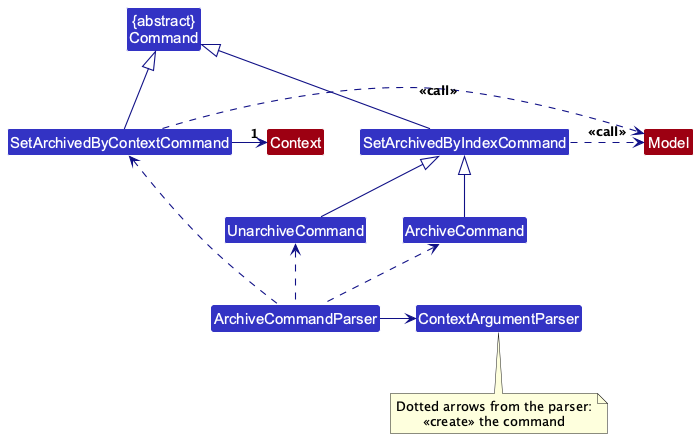
This is docs/images/ArchiveCommandClassDiagram.png from AY2627S1-CS2103T-W10-2/tp, a PlantUML export, as it was before one commit.
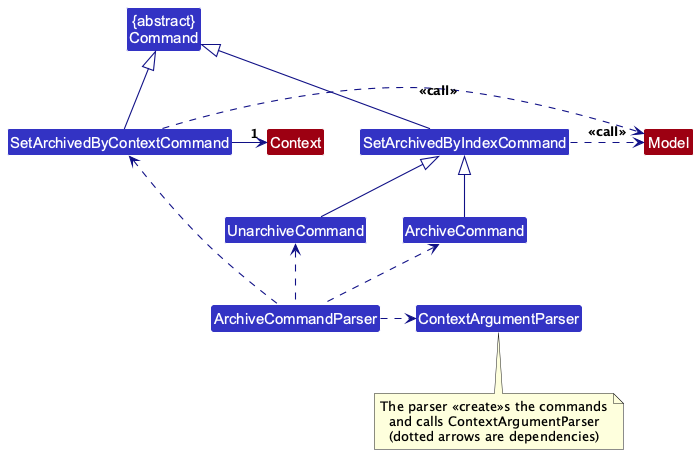
After the commit.

Commit message:
Address review feedback on archive by context

The edit, as a diff of the source:
```diff
@@ -28,10 +28,11 @@
 ArchiveCommandParser .up.> ArchiveCommand
 ArchiveCommandParser .up.> UnarchiveCommand
 ArchiveCommandParser .up.> SetArchivedByContextCommand
-ArchiveCommandParser -right-> ContextArgumentParser
+ArchiveCommandParser .right.> ContextArgumentParser
 
 note bottom of ContextArgumentParser
-  Dotted arrows from the parser:
-  <<create>> the command
+  The parser <<create>>s the commands
+  and calls ContextArgumentParser
+  (dotted arrows are dependencies)
 end note
 @enduml
```
